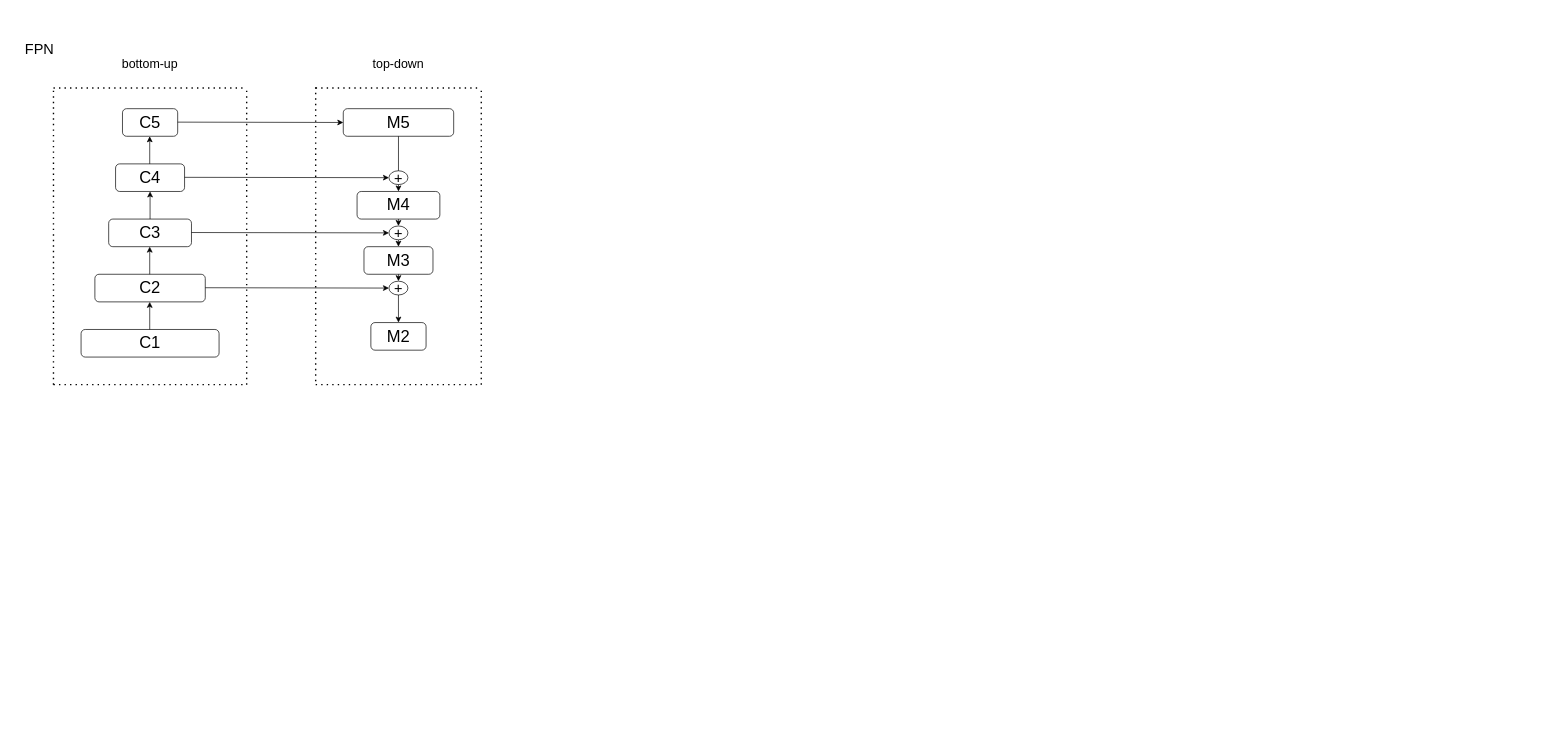
ahow6552/instance_segmentation keeps this draw.io diagram as maskrcnn.drawio. Above is the earlier version. Source tidied: cells renumbered, new cells numbered last; positions are measured from the earlier drawing's top-left corner, leaving out a move shared by most shapes. Both pictures are drawn from the tidied source at 69%, with x=0, y=0 at pixel (12, 32).
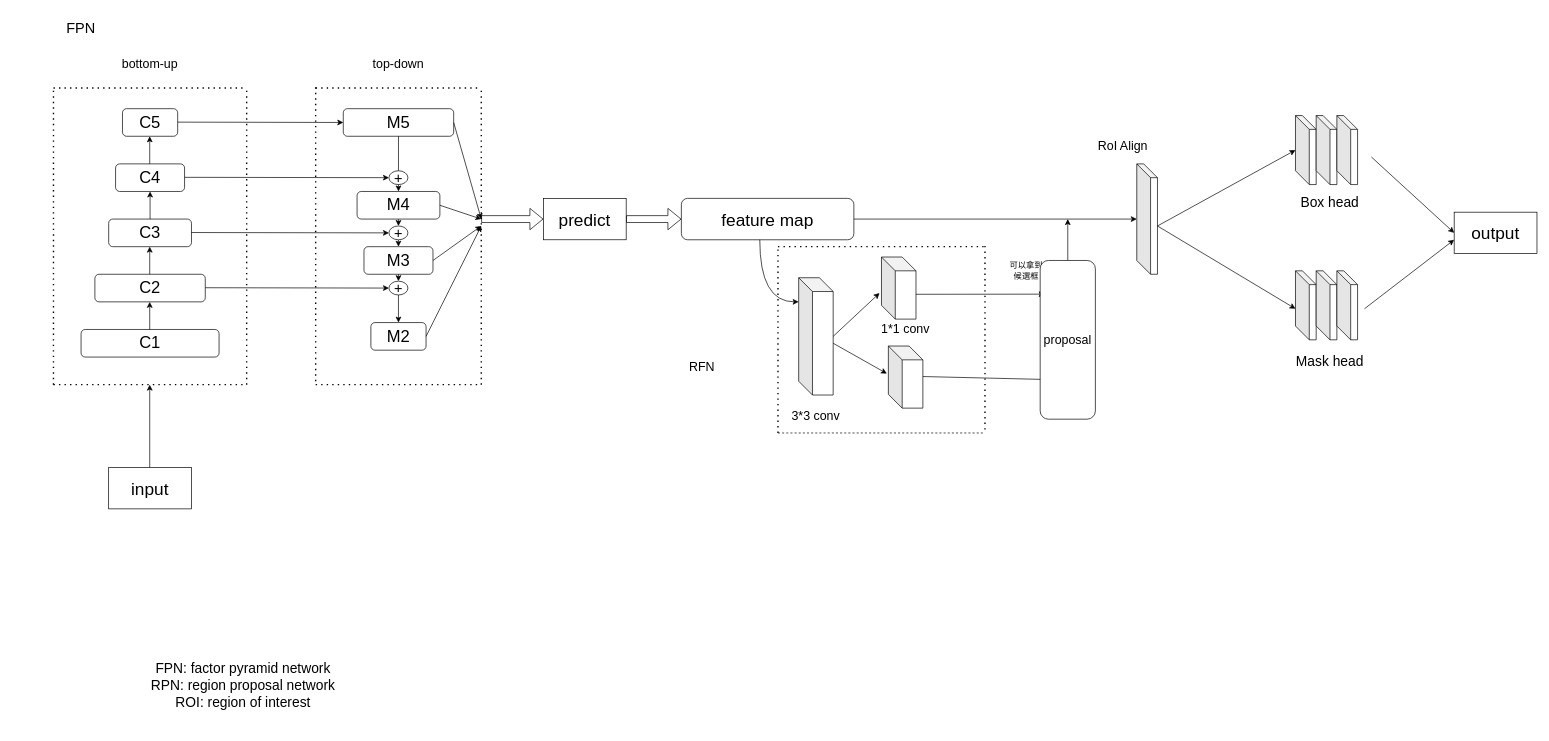
The same page after the edit.

Unchanged cells that the change refers to:
```xml
<mxCell id="20" value="&lt;font style=&quot;font-size: 24px;&quot;&gt;M5&lt;/font&gt;" style="rounded=1;whiteSpace=wrap;html=1;roundedPerimeter=1;" parent="1" vertex="1">
  <mxGeometry x="480" y="110" width="160" height="40" as="geometry" />
</mxCell>
<mxCell id="21" value="&lt;font style=&quot;font-size: 24px;&quot;&gt;M4&lt;/font&gt;" style="rounded=1;whiteSpace=wrap;html=1;roundedPerimeter=1;" parent="1" vertex="1">
  <mxGeometry x="500" y="230" width="120" height="40" as="geometry" />
</mxCell>
<mxCell id="22" value="&lt;font style=&quot;font-size: 24px;&quot;&gt;M2&lt;/font&gt;" style="rounded=1;whiteSpace=wrap;html=1;roundedPerimeter=1;" parent="1" vertex="1">
  <mxGeometry x="520" y="420" width="80" height="40" as="geometry" />
</mxCell>
<mxCell id="23" value="&lt;font style=&quot;font-size: 24px;&quot;&gt;M3&lt;/font&gt;" style="rounded=1;whiteSpace=wrap;html=1;roundedPerimeter=1;" parent="1" vertex="1">
  <mxGeometry x="510" y="310" width="100" height="40" as="geometry" />
</mxCell>
```

Diff of the diagram source:
```diff
@@
     <mxCell id="37" value="&lt;font style=&quot;font-size: 21px;&quot;&gt;FPN&lt;/font&gt;" style="text;html=1;whiteSpace=wrap;strokeColor=none;fillColor=none;align=center;verticalAlign=middle;rounded=0;" parent="1" vertex="1">
-      <mxGeometry width="80" height="45" as="geometry" />
+      <mxGeometry x="60" y="-30" width="80" height="45" as="geometry" />
     </mxCell>
+    <mxCell id="38" style="shape=flexArrow;endArrow=classic;html=1;rounded=0;defaultLabelBackgroundColor=gap;" parent="1" edge="1">
+      <mxGeometry relative="1" as="geometry">
+        <mxPoint x="680" y="270" as="sourcePoint" />
+        <mxPoint x="770" y="270" as="targetPoint" />
+      </mxGeometry>
+    </mxCell>
+    <mxCell id="39" value="&lt;font style=&quot;font-size: 25px;&quot;&gt;predict&lt;/font&gt;" style="rounded=0;whiteSpace=wrap;html=1;" parent="1" vertex="1">
+      <mxGeometry x="770" y="240" width="120" height="60" as="geometry" />
+    </mxCell>
+    <mxCell id="40" style="shape=flexArrow;endArrow=classic;html=1;rounded=0;defaultLabelBackgroundColor=gap;exitX=1;exitY=0.5;exitDx=0;exitDy=0;" parent="1" edge="1" source="39">
+      <mxGeometry relative="1" as="geometry">
+        <mxPoint x="970" y="270" as="targetPoint" />
+      </mxGeometry>
+    </mxCell>
+    <mxCell id="41" value="&lt;font style=&quot;font-size: 25px;&quot;&gt;feature map&lt;/font&gt;" style="rounded=1;whiteSpace=wrap;html=1;roundedPerimeter=1;" parent="1" vertex="1">
+      <mxGeometry x="970" y="240" width="250" height="60" as="geometry" />
+    </mxCell>
+    <mxCell id="42" style="endArrow=classic;html=1;rounded=0;defaultLabelBackgroundColor=gap;exitX=1;exitY=0.5;exitDx=0;exitDy=0;" parent="1" edge="1" source="20">
+      <mxGeometry relative="1" as="geometry">
+        <mxPoint x="680" y="270" as="targetPoint" />
+      </mxGeometry>
+    </mxCell>
+    <mxCell id="43" style="endArrow=classic;html=1;rounded=0;defaultLabelBackgroundColor=gap;exitX=1;exitY=0.5;exitDx=0;exitDy=0;" parent="1" edge="1" source="21">
+      <mxGeometry relative="1" as="geometry">
+        <mxPoint x="680" y="270" as="targetPoint" />
+      </mxGeometry>
+    </mxCell>
+    <mxCell id="44" style="endArrow=classic;html=1;rounded=0;defaultLabelBackgroundColor=gap;exitX=1;exitY=0.5;exitDx=0;exitDy=0;" parent="1" edge="1" source="23">
+      <mxGeometry relative="1" as="geometry">
+        <mxPoint x="680" y="280" as="targetPoint" />
+      </mxGeometry>
+    </mxCell>
+    <mxCell id="45" style="endArrow=classic;html=1;rounded=0;defaultLabelBackgroundColor=gap;exitX=1;exitY=0.5;exitDx=0;exitDy=0;" parent="1" edge="1" source="22">
+      <mxGeometry relative="1" as="geometry">
+        <mxPoint x="680" y="280" as="targetPoint" />
+      </mxGeometry>
+    </mxCell>
+    <mxCell id="46" style="endArrow=classic;html=1;rounded=0;defaultLabelBackgroundColor=gap;exitX=1;exitY=0.5;exitDx=0;exitDy=0;" parent="1" edge="1" source="41">
+      <mxGeometry relative="1" as="geometry">
+        <mxPoint x="1630" y="270" as="targetPoint" />
+      </mxGeometry>
+    </mxCell>
+    <mxCell id="47" style="endArrow=classic;html=1;rounded=0;defaultLabelBackgroundColor=gap;exitX=0.457;exitY=0.973;exitDx=0;exitDy=0;edgeStyle=orthogonalEdgeStyle;curved=1;curveGeometry=1;" parent="1" edge="1" source="41">
+      <mxGeometry relative="1" as="geometry">
+        <mxPoint x="1140" y="390" as="targetPoint" />
+        <Array as="points">
+          <mxPoint x="1083.6" y="390" />
+        </Array>
+      </mxGeometry>
+    </mxCell>
+    <mxCell id="48" style="shape=cube;whiteSpace=wrap;html=1;boundedLbl=1;backgroundOutline=1;darkOpacity=0.05;darkOpacity2=0.1;" parent="1" vertex="1">
+      <mxGeometry x="1140" y="355" width="50" height="170" as="geometry" />
+    </mxCell>
+    <mxCell id="49" style="shape=cube;whiteSpace=wrap;html=1;boundedLbl=1;backgroundOutline=1;darkOpacity=0.05;darkOpacity2=0.1;" parent="1" vertex="1">
+      <mxGeometry x="1270" y="454" width="50" height="90" as="geometry" />
+    </mxCell>
+    <mxCell id="50" style="shape=cube;whiteSpace=wrap;html=1;boundedLbl=1;backgroundOutline=1;darkOpacity=0.05;darkOpacity2=0.1;" parent="1" vertex="1">
+      <mxGeometry x="1260" y="325" width="50" height="90" as="geometry" />
+    </mxCell>
+    <mxCell id="51" value="&lt;font style=&quot;font-size: 18px;&quot;&gt;3*3 conv&lt;/font&gt;" style="text;html=1;whiteSpace=wrap;strokeColor=none;fillColor=none;align=center;verticalAlign=middle;rounded=0;" parent="1" vertex="1">
+      <mxGeometry x="1120" y="540" width="90" height="30" as="geometry" />
+    </mxCell>
+    <mxCell id="52" value="&lt;font style=&quot;font-size: 18px;&quot;&gt;1*1 conv&lt;/font&gt;" style="text;html=1;whiteSpace=wrap;strokeColor=none;fillColor=none;align=center;verticalAlign=middle;rounded=0;" parent="1" vertex="1">
+      <mxGeometry x="1250" y="415" width="90" height="30" as="geometry" />
+    </mxCell>
+    <mxCell id="53" style="endArrow=none;dashed=1;html=1;dashPattern=1 3;strokeWidth=2;rounded=0;defaultLabelBackgroundColor=gap;" parent="1" edge="1">
+      <mxGeometry relative="1" as="geometry">
+        <mxPoint x="1110" y="580" as="sourcePoint" />
+        <mxPoint x="1110" y="310" as="targetPoint" />
+      </mxGeometry>
+    </mxCell>
+    <mxCell id="54" style="endArrow=none;dashed=1;html=1;dashPattern=1 3;strokeWidth=2;rounded=0;defaultLabelBackgroundColor=gap;" parent="1" edge="1">
+      <mxGeometry relative="1" as="geometry">
+        <mxPoint x="1410" y="575" as="sourcePoint" />
+        <mxPoint x="1410" y="305" as="targetPoint" />
+      </mxGeometry>
+    </mxCell>
+    <mxCell id="55" style="endArrow=none;dashed=1;html=1;dashPattern=1 3;strokeWidth=2;rounded=0;defaultLabelBackgroundColor=gap;" parent="1" edge="1">
+      <mxGeometry relative="1" as="geometry">
+        <mxPoint x="1110" y="310" as="sourcePoint" />
+        <mxPoint x="1410" y="310" as="targetPoint" />
+      </mxGeometry>
+    </mxCell>
+    <mxCell id="56" style="endArrow=none;dashed=1;html=1;rounded=0;defaultLabelBackgroundColor=gap;" parent="1" edge="1">
+      <mxGeometry relative="1" as="geometry">
+        <mxPoint x="1110" y="580" as="sourcePoint" />
+        <mxPoint x="1410" y="580" as="targetPoint" />
+      </mxGeometry>
+    </mxCell>
+    <mxCell id="57" value="&lt;font style=&quot;font-size: 18px;&quot;&gt;RFN&lt;/font&gt;" style="text;html=1;whiteSpace=wrap;strokeColor=none;fillColor=none;align=center;verticalAlign=middle;rounded=0;" parent="1" vertex="1">
+      <mxGeometry x="930" y="454" width="140" height="60" as="geometry" />
+    </mxCell>
+    <mxCell id="58" value="&lt;font style=&quot;font-size: 20px;&quot;&gt;FPN: factor pyramid network&lt;/font&gt;&lt;div&gt;&lt;font style=&quot;font-size: 20px;&quot;&gt;RPN: region proposal network&lt;/font&gt;&lt;/div&gt;&lt;div&gt;&lt;font style=&quot;font-size: 20px;&quot;&gt;ROI: region of interest&lt;/font&gt;&lt;/div&gt;" style="text;html=1;whiteSpace=wrap;strokeColor=none;fillColor=none;align=center;verticalAlign=middle;rounded=0;" parent="1" vertex="1">
+      <mxGeometry x="110" y="880" width="450" height="130" as="geometry" />
+    </mxCell>
+    <mxCell id="59" style="endArrow=classic;html=1;rounded=0;defaultLabelBackgroundColor=gap;exitX=0;exitY=0;exitDx=50;exitDy=95;exitPerimeter=0;entryX=-0.044;entryY=0.443;entryDx=0;entryDy=0;entryPerimeter=0;" parent="1" edge="1" source="48" target="49">
+      <mxGeometry relative="1" as="geometry" />
+    </mxCell>
+    <mxCell id="60" style="endArrow=classic;html=1;rounded=0;defaultLabelBackgroundColor=gap;entryX=-0.056;entryY=0.58;entryDx=0;entryDy=0;entryPerimeter=0;" parent="1" edge="1" target="50">
+      <mxGeometry relative="1" as="geometry">
+        <mxPoint x="1190" y="440" as="sourcePoint" />
+      </mxGeometry>
+    </mxCell>
+    <mxCell id="61" style="endArrow=classic;html=1;rounded=0;defaultLabelBackgroundColor=gap;exitX=1.08;exitY=0.556;exitDx=0;exitDy=0;exitPerimeter=0;entryX=-0.056;entryY=0.212;entryDx=0;entryDy=0;entryPerimeter=0;" parent="1" edge="1">
+      <mxGeometry relative="1" as="geometry">
+        <mxPoint x="1310" y="379" as="sourcePoint" />
+        <mxPoint x="1496.6" y="378.8" as="targetPoint" />
+      </mxGeometry>
+    </mxCell>
+    <mxCell id="62" style="endArrow=classic;html=1;rounded=0;defaultLabelBackgroundColor=gap;exitX=1.08;exitY=0.556;exitDx=0;exitDy=0;exitPerimeter=0;entryX=0;entryY=0.75;entryDx=0;entryDy=0;" parent="1" edge="1">
+      <mxGeometry relative="1" as="geometry">
+        <mxPoint x="1320" y="498.2" as="sourcePoint" />
+        <mxPoint x="1500" y="502.5" as="targetPoint" />
+      </mxGeometry>
+    </mxCell>
+    <mxCell id="63" style="endArrow=classic;html=1;rounded=0;defaultLabelBackgroundColor=gap;exitX=0.5;exitY=0;exitDx=0;exitDy=0;" parent="1" edge="1">
+      <mxGeometry relative="1" as="geometry">
+        <mxPoint x="1530" y="330" as="sourcePoint" />
+        <mxPoint x="1530" y="270" as="targetPoint" />
+      </mxGeometry>
+    </mxCell>
+    <mxCell id="64" value="可以拿到候選框" style="text;html=1;whiteSpace=wrap;strokeColor=none;fillColor=none;align=center;verticalAlign=middle;rounded=0;" parent="1" vertex="1">
+      <mxGeometry x="1440" y="330" width="60" height="30" as="geometry" />
+    </mxCell>
+    <mxCell id="65" style="shape=cube;whiteSpace=wrap;html=1;boundedLbl=1;backgroundOutline=1;darkOpacity=0.05;darkOpacity2=0.1;" parent="1" vertex="1">
+      <mxGeometry x="1630" y="190" width="30" height="160" as="geometry" />
+    </mxCell>
+    <mxCell id="66" value="&lt;font style=&quot;font-size: 18px;&quot;&gt;RoI Align&lt;/font&gt;" style="text;html=1;whiteSpace=wrap;strokeColor=none;fillColor=none;align=center;verticalAlign=middle;rounded=0;" parent="1" vertex="1">
+      <mxGeometry x="1570" y="150" width="80" height="30" as="geometry" />
+    </mxCell>
+    <mxCell id="67" style="endArrow=classic;html=1;rounded=0;defaultLabelBackgroundColor=gap;exitX=0;exitY=0;exitDx=30;exitDy=90;exitPerimeter=0;" parent="1" edge="1" source="65">
+      <mxGeometry relative="1" as="geometry">
+        <mxPoint x="1860" y="400" as="targetPoint" />
+      </mxGeometry>
+    </mxCell>
+    <mxCell id="68" style="shape=cube;whiteSpace=wrap;html=1;boundedLbl=1;backgroundOutline=1;darkOpacity=0.05;darkOpacity2=0.1;" parent="1" vertex="1">
+      <mxGeometry x="1860" y="345" width="30" height="100" as="geometry" />
+    </mxCell>
+    <mxCell id="69" style="endArrow=classic;html=1;rounded=0;defaultLabelBackgroundColor=gap;entryX=0.5;entryY=1;entryDx=0;entryDy=0;" parent="1" edge="1">
+      <mxGeometry relative="1" as="geometry">
+        <mxPoint x="199.5" y="635" as="sourcePoint" />
+        <mxPoint x="199.5" y="510" as="targetPoint" />
+      </mxGeometry>
+    </mxCell>
+    <mxCell id="70" value="&lt;font style=&quot;font-size: 25px;&quot;&gt;input&lt;/font&gt;" style="rounded=0;whiteSpace=wrap;html=1;" parent="1" vertex="1">
+      <mxGeometry x="140" y="630" width="120" height="60" as="geometry" />
+    </mxCell>
+    <mxCell id="71" value="&lt;font style=&quot;font-size: 18px;&quot;&gt;proposal&lt;/font&gt;" style="rounded=1;whiteSpace=wrap;html=1;roundedPerimeter=1;" parent="1" vertex="1">
+      <mxGeometry x="1490" y="330" width="80" height="230" as="geometry" />
+    </mxCell>
+    <mxCell id="72" style="shape=cube;whiteSpace=wrap;html=1;boundedLbl=1;backgroundOutline=1;darkOpacity=0.05;darkOpacity2=0.1;" parent="1" vertex="1">
+      <mxGeometry x="1860" y="120" width="30" height="100" as="geometry" />
+    </mxCell>
+    <mxCell id="73" style="endArrow=classic;html=1;rounded=0;defaultLabelBackgroundColor=gap;" parent="1" edge="1">
+      <mxGeometry relative="1" as="geometry">
+        <mxPoint x="1660" y="280" as="sourcePoint" />
+        <mxPoint x="1860" y="170" as="targetPoint" />
+      </mxGeometry>
+    </mxCell>
+    <mxCell id="74" style="shape=cube;whiteSpace=wrap;html=1;boundedLbl=1;backgroundOutline=1;darkOpacity=0.05;darkOpacity2=0.1;" parent="1" vertex="1">
+      <mxGeometry x="1890" y="120" width="30" height="100" as="geometry" />
+    </mxCell>
+    <mxCell id="75" style="shape=cube;whiteSpace=wrap;html=1;boundedLbl=1;backgroundOutline=1;darkOpacity=0.05;darkOpacity2=0.1;" parent="1" vertex="1">
+      <mxGeometry x="1920" y="120" width="30" height="100" as="geometry" />
+    </mxCell>
+    <mxCell id="76" style="shape=cube;whiteSpace=wrap;html=1;boundedLbl=1;backgroundOutline=1;darkOpacity=0.05;darkOpacity2=0.1;" parent="1" vertex="1">
+      <mxGeometry x="1890" y="345" width="30" height="100" as="geometry" />
+    </mxCell>
+    <mxCell id="77" style="shape=cube;whiteSpace=wrap;html=1;boundedLbl=1;backgroundOutline=1;darkOpacity=0.05;darkOpacity2=0.1;" parent="1" vertex="1">
+      <mxGeometry x="1920" y="345" width="30" height="100" as="geometry" />
+    </mxCell>
+    <mxCell id="78" value="&lt;span style=&quot;font-size: 20px;&quot;&gt;Box head&lt;/span&gt;" style="text;html=1;whiteSpace=wrap;strokeColor=none;fillColor=none;align=center;verticalAlign=middle;rounded=0;" parent="1" vertex="1">
+      <mxGeometry x="1860" y="230" width="100" height="30" as="geometry" />
+    </mxCell>
+    <mxCell id="79" value="&lt;span style=&quot;font-size: 20px;&quot;&gt;Mask head&lt;/span&gt;" style="text;html=1;whiteSpace=wrap;strokeColor=none;fillColor=none;align=center;verticalAlign=middle;rounded=0;" parent="1" vertex="1">
+      <mxGeometry x="1860" y="460" width="100" height="30" as="geometry" />
+    </mxCell>
+    <mxCell id="80" style="endArrow=classic;html=1;rounded=0;defaultLabelBackgroundColor=gap;" parent="1" edge="1">
+      <mxGeometry relative="1" as="geometry">
+        <mxPoint x="1970" y="180" as="sourcePoint" />
+        <mxPoint x="2090" y="290" as="targetPoint" />
+      </mxGeometry>
+    </mxCell>
+    <mxCell id="81" style="endArrow=classic;html=1;rounded=0;defaultLabelBackgroundColor=gap;" parent="1" edge="1">
+      <mxGeometry relative="1" as="geometry">
+        <mxPoint x="1960" y="400" as="sourcePoint" />
+        <mxPoint x="2090" y="300" as="targetPoint" />
+      </mxGeometry>
+    </mxCell>
+    <mxCell id="82" value="&lt;font style=&quot;font-size: 25px;&quot;&gt;output&lt;/font&gt;" style="rounded=0;whiteSpace=wrap;html=1;" parent="1" vertex="1">
+      <mxGeometry x="2090" y="260" width="120" height="60" as="geometry" />
+    </mxCell>
```
